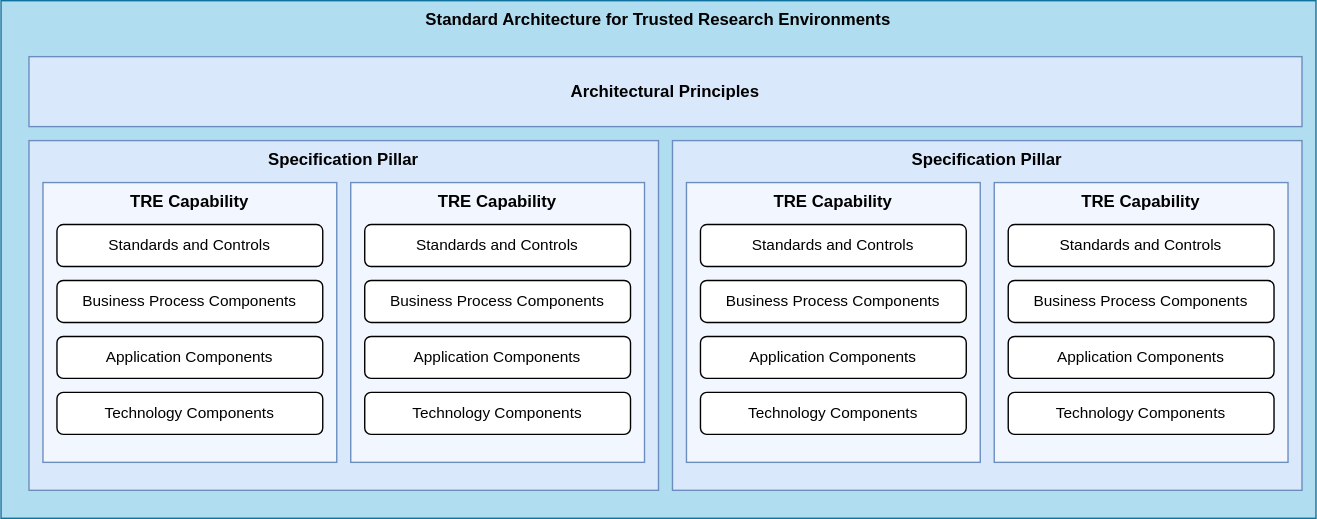
Earlier version of the draw.io export docs/images/Architecture.svg (sa-tre/satre-specification). Source tidied: cells renumbered, new cells last; positions are measured from the earlier drawing's top-left corner, leaving out a move shared by most shapes. The source it was exported from:
```xml
<mxGraphModel>
  <root>
    <mxCell id="0" />
    <mxCell id="1" parent="0" />
    <mxCell id="2" value="Standard Architecture for Trusted Research Environments" style="rounded=0;whiteSpace=wrap;html=1;fillColor=#b1ddf0;strokeColor=#10739e;verticalAlign=top;fontStyle=1;" parent="1" vertex="1">
      <mxGeometry width="940" height="370" as="geometry" />
    </mxCell>
    <mxCell id="3" value="Architectural Principles" style="rounded=0;whiteSpace=wrap;html=1;fillColor=#dae8fc;strokeColor=#6c8ebf;fontStyle=1;" parent="1" vertex="1">
      <mxGeometry x="20" y="40" width="910" height="50" as="geometry" />
    </mxCell>
    <mxCell id="4" value="Specification Pillar" style="rounded=0;whiteSpace=wrap;html=1;fillColor=#dae8fc;strokeColor=#6c8ebf;verticalAlign=top;fontStyle=1;" parent="1" vertex="1">
      <mxGeometry x="20" y="100" width="450" height="250" as="geometry" />
    </mxCell>
    <mxCell id="5" value="TRE Capability" style="rounded=0;whiteSpace=wrap;html=1;fillColor=#F2F7FF;strokeColor=#6c8ebf;verticalAlign=top;fontStyle=1;" parent="1" vertex="1">
      <mxGeometry x="30" y="130" width="210" height="200" as="geometry" />
    </mxCell>
    <mxCell id="6" value="Standards and Controls" style="rounded=1;whiteSpace=wrap;html=1;fontSize=11;" parent="1" vertex="1">
      <mxGeometry x="40" y="160" width="190" height="30" as="geometry" />
    </mxCell>
    <mxCell id="7" value="Application Components" style="rounded=1;whiteSpace=wrap;html=1;fontSize=11;" parent="1" vertex="1">
      <mxGeometry x="40" y="240" width="190" height="30" as="geometry" />
    </mxCell>
    <mxCell id="8" value="Technology Components" style="rounded=1;whiteSpace=wrap;html=1;fontSize=11;" parent="1" vertex="1">
      <mxGeometry x="40" y="280" width="190" height="30" as="geometry" />
    </mxCell>
    <mxCell id="9" value="Business Process Components" style="rounded=1;whiteSpace=wrap;html=1;fontSize=11;" parent="1" vertex="1">
      <mxGeometry x="40" y="200" width="190" height="30" as="geometry" />
    </mxCell>
    <mxCell id="10" value="TRE Capability" style="rounded=0;whiteSpace=wrap;html=1;fillColor=#F2F7FF;strokeColor=#6c8ebf;verticalAlign=top;fontStyle=1;" parent="1" vertex="1">
      <mxGeometry x="250" y="130" width="210" height="200" as="geometry" />
    </mxCell>
    <mxCell id="11" value="Standards and Controls" style="rounded=1;whiteSpace=wrap;html=1;fontSize=11;" parent="1" vertex="1">
      <mxGeometry x="260" y="160" width="190" height="30" as="geometry" />
    </mxCell>
    <mxCell id="12" value="Application Components" style="rounded=1;whiteSpace=wrap;html=1;fontSize=11;" parent="1" vertex="1">
      <mxGeometry x="260" y="240" width="190" height="30" as="geometry" />
    </mxCell>
    <mxCell id="13" value="Technology Components" style="rounded=1;whiteSpace=wrap;html=1;fontSize=11;" parent="1" vertex="1">
      <mxGeometry x="260" y="280" width="190" height="30" as="geometry" />
    </mxCell>
    <mxCell id="14" value="Business Process Components" style="rounded=1;whiteSpace=wrap;html=1;fontSize=11;" parent="1" vertex="1">
      <mxGeometry x="260" y="200" width="190" height="30" as="geometry" />
    </mxCell>
    <mxCell id="15" value="Specification Pillar" style="rounded=0;whiteSpace=wrap;html=1;fillColor=#dae8fc;strokeColor=#6c8ebf;verticalAlign=top;fontStyle=1;" parent="1" vertex="1">
      <mxGeometry x="480" y="100" width="450" height="250" as="geometry" />
    </mxCell>
    <mxCell id="16" value="TRE Capability" style="rounded=0;whiteSpace=wrap;html=1;fillColor=#F2F7FF;strokeColor=#6c8ebf;verticalAlign=top;fontStyle=1;" parent="1" vertex="1">
      <mxGeometry x="490" y="130" width="210" height="200" as="geometry" />
    </mxCell>
    <mxCell id="17" value="Standards and Controls" style="rounded=1;whiteSpace=wrap;html=1;fontSize=11;" parent="1" vertex="1">
      <mxGeometry x="500" y="160" width="190" height="30" as="geometry" />
    </mxCell>
    <mxCell id="18" value="Application Components" style="rounded=1;whiteSpace=wrap;html=1;fontSize=11;" parent="1" vertex="1">
      <mxGeometry x="500" y="240" width="190" height="30" as="geometry" />
    </mxCell>
    <mxCell id="19" value="Technology Components" style="rounded=1;whiteSpace=wrap;html=1;fontSize=11;" parent="1" vertex="1">
      <mxGeometry x="500" y="280" width="190" height="30" as="geometry" />
    </mxCell>
    <mxCell id="20" value="Business Process Components" style="rounded=1;whiteSpace=wrap;html=1;fontSize=11;" parent="1" vertex="1">
      <mxGeometry x="500" y="200" width="190" height="30" as="geometry" />
    </mxCell>
    <mxCell id="21" value="TRE Capability" style="rounded=0;whiteSpace=wrap;html=1;fillColor=#F2F7FF;strokeColor=#6c8ebf;verticalAlign=top;fontStyle=1;" parent="1" vertex="1">
      <mxGeometry x="710" y="130" width="210" height="200" as="geometry" />
    </mxCell>
    <mxCell id="22" value="Standards and Controls" style="rounded=1;whiteSpace=wrap;html=1;fontSize=11;" parent="1" vertex="1">
      <mxGeometry x="720" y="160" width="190" height="30" as="geometry" />
    </mxCell>
    <mxCell id="23" value="Application Components" style="rounded=1;whiteSpace=wrap;html=1;fontSize=11;" parent="1" vertex="1">
      <mxGeometry x="720" y="240" width="190" height="30" as="geometry" />
    </mxCell>
    <mxCell id="24" value="Technology Components" style="rounded=1;whiteSpace=wrap;html=1;fontSize=11;" parent="1" vertex="1">
      <mxGeometry x="720" y="280" width="190" height="30" as="geometry" />
    </mxCell>
    <mxCell id="25" value="Business Process Components" style="rounded=1;whiteSpace=wrap;html=1;fontSize=11;" parent="1" vertex="1">
      <mxGeometry x="720" y="200" width="190" height="30" as="geometry" />
    </mxCell>
  </root>
</mxGraphModel>
```
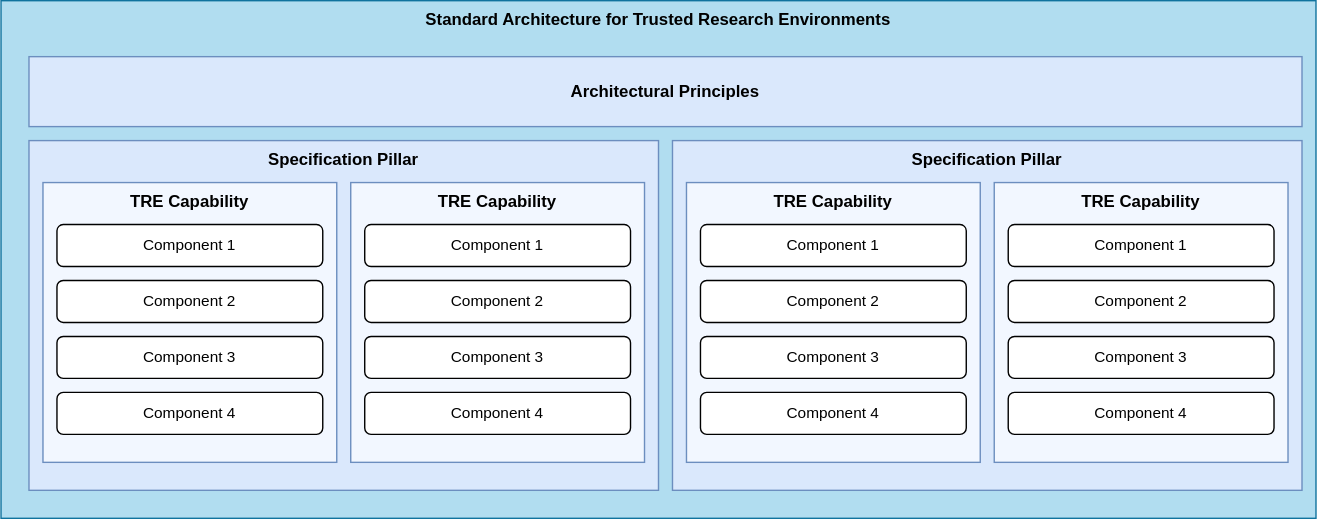
Later version of the same file.

Change to the diagram source:
```diff
@@ -14,65 +14,65 @@
     <mxCell id="5" value="TRE Capability" style="rounded=0;whiteSpace=wrap;html=1;fillColor=#F2F7FF;strokeColor=#6c8ebf;verticalAlign=top;fontStyle=1;" parent="1" vertex="1">
       <mxGeometry x="30" y="130" width="210" height="200" as="geometry" />
     </mxCell>
-    <mxCell id="6" value="Standards and Controls" style="rounded=1;whiteSpace=wrap;html=1;fontSize=11;" parent="1" vertex="1">
+    <mxCell id="6" value="Component 1" style="rounded=1;whiteSpace=wrap;html=1;fontSize=11;" parent="1" vertex="1">
       <mxGeometry x="40" y="160" width="190" height="30" as="geometry" />
     </mxCell>
-    <mxCell id="7" value="Application Components" style="rounded=1;whiteSpace=wrap;html=1;fontSize=11;" parent="1" vertex="1">
+    <mxCell id="7" value="Component 3" style="rounded=1;whiteSpace=wrap;html=1;fontSize=11;" parent="1" vertex="1">
       <mxGeometry x="40" y="240" width="190" height="30" as="geometry" />
     </mxCell>
-    <mxCell id="8" value="Technology Components" style="rounded=1;whiteSpace=wrap;html=1;fontSize=11;" parent="1" vertex="1">
+    <mxCell id="8" value="Component 4" style="rounded=1;whiteSpace=wrap;html=1;fontSize=11;" parent="1" vertex="1">
       <mxGeometry x="40" y="280" width="190" height="30" as="geometry" />
     </mxCell>
-    <mxCell id="9" value="Business Process Components" style="rounded=1;whiteSpace=wrap;html=1;fontSize=11;" parent="1" vertex="1">
+    <mxCell id="9" value="Component 2" style="rounded=1;whiteSpace=wrap;html=1;fontSize=11;" parent="1" vertex="1">
       <mxGeometry x="40" y="200" width="190" height="30" as="geometry" />
     </mxCell>
     <mxCell id="10" value="TRE Capability" style="rounded=0;whiteSpace=wrap;html=1;fillColor=#F2F7FF;strokeColor=#6c8ebf;verticalAlign=top;fontStyle=1;" parent="1" vertex="1">
       <mxGeometry x="250" y="130" width="210" height="200" as="geometry" />
     </mxCell>
-    <mxCell id="11" value="Standards and Controls" style="rounded=1;whiteSpace=wrap;html=1;fontSize=11;" parent="1" vertex="1">
-      <mxGeometry x="260" y="160" width="190" height="30" as="geometry" />
-    </mxCell>
-    <mxCell id="12" value="Application Components" style="rounded=1;whiteSpace=wrap;html=1;fontSize=11;" parent="1" vertex="1">
-      <mxGeometry x="260" y="240" width="190" height="30" as="geometry" />
-    </mxCell>
-    <mxCell id="13" value="Technology Components" style="rounded=1;whiteSpace=wrap;html=1;fontSize=11;" parent="1" vertex="1">
-      <mxGeometry x="260" y="280" width="190" height="30" as="geometry" />
-    </mxCell>
-    <mxCell id="14" value="Business Process Components" style="rounded=1;whiteSpace=wrap;html=1;fontSize=11;" parent="1" vertex="1">
-      <mxGeometry x="260" y="200" width="190" height="30" as="geometry" />
-    </mxCell>
     <mxCell id="15" value="Specification Pillar" style="rounded=0;whiteSpace=wrap;html=1;fillColor=#dae8fc;strokeColor=#6c8ebf;verticalAlign=top;fontStyle=1;" parent="1" vertex="1">
       <mxGeometry x="480" y="100" width="450" height="250" as="geometry" />
     </mxCell>
     <mxCell id="16" value="TRE Capability" style="rounded=0;whiteSpace=wrap;html=1;fillColor=#F2F7FF;strokeColor=#6c8ebf;verticalAlign=top;fontStyle=1;" parent="1" vertex="1">
       <mxGeometry x="490" y="130" width="210" height="200" as="geometry" />
     </mxCell>
-    <mxCell id="17" value="Standards and Controls" style="rounded=1;whiteSpace=wrap;html=1;fontSize=11;" parent="1" vertex="1">
-      <mxGeometry x="500" y="160" width="190" height="30" as="geometry" />
-    </mxCell>
-    <mxCell id="18" value="Application Components" style="rounded=1;whiteSpace=wrap;html=1;fontSize=11;" parent="1" vertex="1">
-      <mxGeometry x="500" y="240" width="190" height="30" as="geometry" />
-    </mxCell>
-    <mxCell id="19" value="Technology Components" style="rounded=1;whiteSpace=wrap;html=1;fontSize=11;" parent="1" vertex="1">
-      <mxGeometry x="500" y="280" width="190" height="30" as="geometry" />
-    </mxCell>
-    <mxCell id="20" value="Business Process Components" style="rounded=1;whiteSpace=wrap;html=1;fontSize=11;" parent="1" vertex="1">
-      <mxGeometry x="500" y="200" width="190" height="30" as="geometry" />
-    </mxCell>
     <mxCell id="21" value="TRE Capability" style="rounded=0;whiteSpace=wrap;html=1;fillColor=#F2F7FF;strokeColor=#6c8ebf;verticalAlign=top;fontStyle=1;" parent="1" vertex="1">
       <mxGeometry x="710" y="130" width="210" height="200" as="geometry" />
     </mxCell>
-    <mxCell id="22" value="Standards and Controls" style="rounded=1;whiteSpace=wrap;html=1;fontSize=11;" parent="1" vertex="1">
-      <mxGeometry x="720" y="160" width="190" height="30" as="geometry" />
-    </mxCell>
-    <mxCell id="23" value="Application Components" style="rounded=1;whiteSpace=wrap;html=1;fontSize=11;" parent="1" vertex="1">
-      <mxGeometry x="720" y="240" width="190" height="30" as="geometry" />
-    </mxCell>
-    <mxCell id="24" value="Technology Components" style="rounded=1;whiteSpace=wrap;html=1;fontSize=11;" parent="1" vertex="1">
-      <mxGeometry x="720" y="280" width="190" height="30" as="geometry" />
-    </mxCell>
-    <mxCell id="25" value="Business Process Components" style="rounded=1;whiteSpace=wrap;html=1;fontSize=11;" parent="1" vertex="1">
-      <mxGeometry x="720" y="200" width="190" height="30" as="geometry" />
-    </mxCell>
+    <mxCell id="26" value="Component 1" style="rounded=1;whiteSpace=wrap;html=1;fontSize=11;" parent="1" vertex="1">
+      <mxGeometry x="260" y="160" width="190" height="30" as="geometry" />
+    </mxCell>
+    <mxCell id="27" value="Component 3" style="rounded=1;whiteSpace=wrap;html=1;fontSize=11;" parent="1" vertex="1">
+      <mxGeometry x="260" y="240" width="190" height="30" as="geometry" />
+    </mxCell>
+    <mxCell id="28" value="Component 4" style="rounded=1;whiteSpace=wrap;html=1;fontSize=11;" parent="1" vertex="1">
+      <mxGeometry x="260" y="280" width="190" height="30" as="geometry" />
+    </mxCell>
+    <mxCell id="29" value="Component 2" style="rounded=1;whiteSpace=wrap;html=1;fontSize=11;" parent="1" vertex="1">
+      <mxGeometry x="260" y="200" width="190" height="30" as="geometry" />
+    </mxCell>
+    <mxCell id="30" value="Component 1" style="rounded=1;whiteSpace=wrap;html=1;fontSize=11;" parent="1" vertex="1">
+      <mxGeometry x="500" y="160" width="190" height="30" as="geometry" />
+    </mxCell>
+    <mxCell id="31" value="Component 3" style="rounded=1;whiteSpace=wrap;html=1;fontSize=11;" parent="1" vertex="1">
+      <mxGeometry x="500" y="240" width="190" height="30" as="geometry" />
+    </mxCell>
+    <mxCell id="32" value="Component 4" style="rounded=1;whiteSpace=wrap;html=1;fontSize=11;" parent="1" vertex="1">
+      <mxGeometry x="500" y="280" width="190" height="30" as="geometry" />
+    </mxCell>
+    <mxCell id="33" value="Component 2" style="rounded=1;whiteSpace=wrap;html=1;fontSize=11;" parent="1" vertex="1">
+      <mxGeometry x="500" y="200" width="190" height="30" as="geometry" />
+    </mxCell>
+    <mxCell id="34" value="Component 1" style="rounded=1;whiteSpace=wrap;html=1;fontSize=11;" parent="1" vertex="1">
+      <mxGeometry x="720" y="160" width="190" height="30" as="geometry" />
+    </mxCell>
+    <mxCell id="35" value="Component 3" style="rounded=1;whiteSpace=wrap;html=1;fontSize=11;" parent="1" vertex="1">
+      <mxGeometry x="720" y="240" width="190" height="30" as="geometry" />
+    </mxCell>
+    <mxCell id="36" value="Component 4" style="rounded=1;whiteSpace=wrap;html=1;fontSize=11;" parent="1" vertex="1">
+      <mxGeometry x="720" y="280" width="190" height="30" as="geometry" />
+    </mxCell>
+    <mxCell id="37" value="Component 2" style="rounded=1;whiteSpace=wrap;html=1;fontSize=11;" parent="1" vertex="1">
+      <mxGeometry x="720" y="200" width="190" height="30" as="geometry" />
+    </mxCell>
   </root>
 </mxGraphModel>
```
